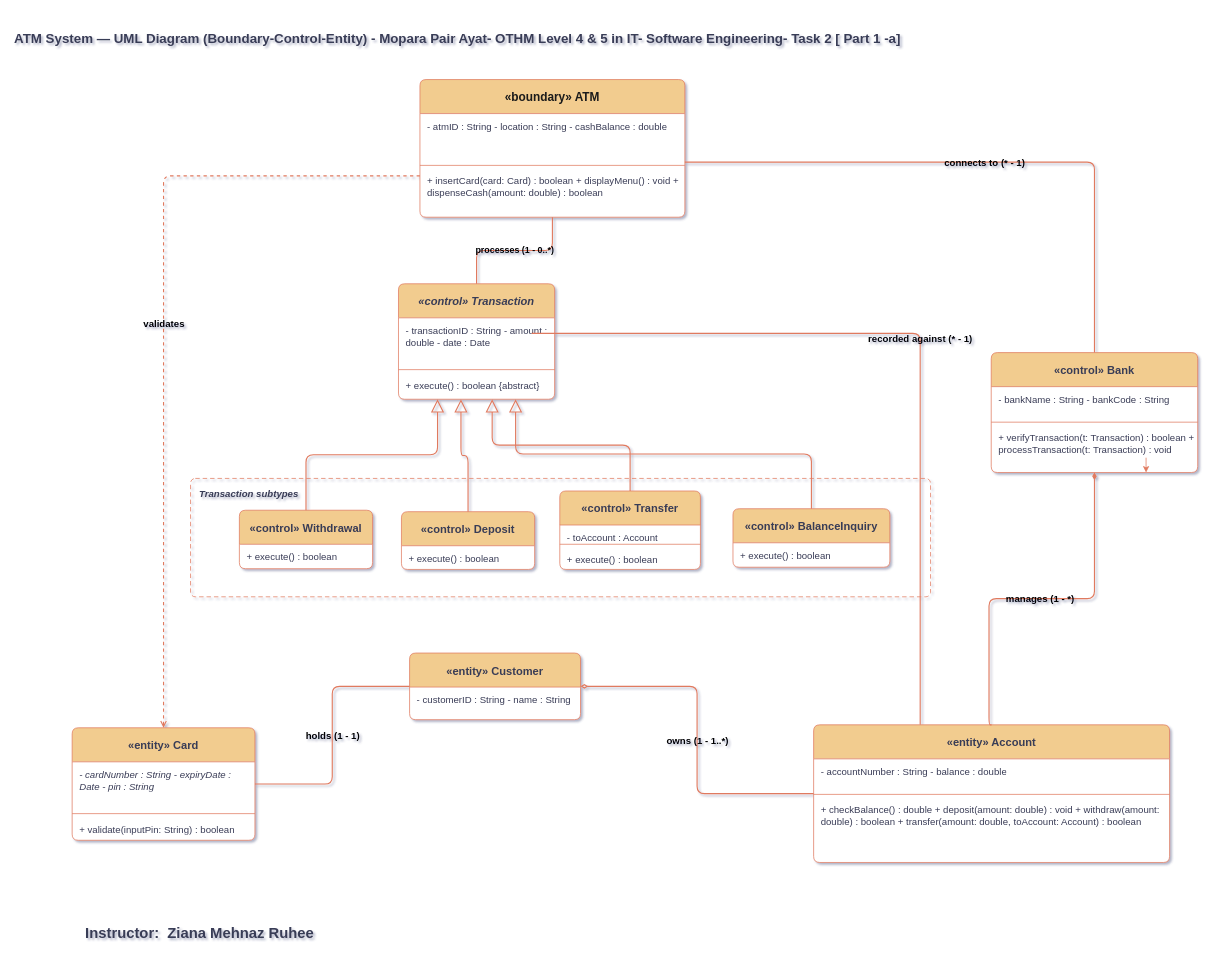
Above: ATM UML Diagram-Task 2-part-1-a.drawio in Moparapairayat/SE_ATM_UML_Diagram (draw.io), before the change. Source tidied: cells renumbered, new cells numbered last; positions are measured from the earlier drawing's top-left corner, leaving out a move shared by most shapes. Both pictures are drawn from the tidied source at 74%, with x=0, y=0 at pixel (13, 13).
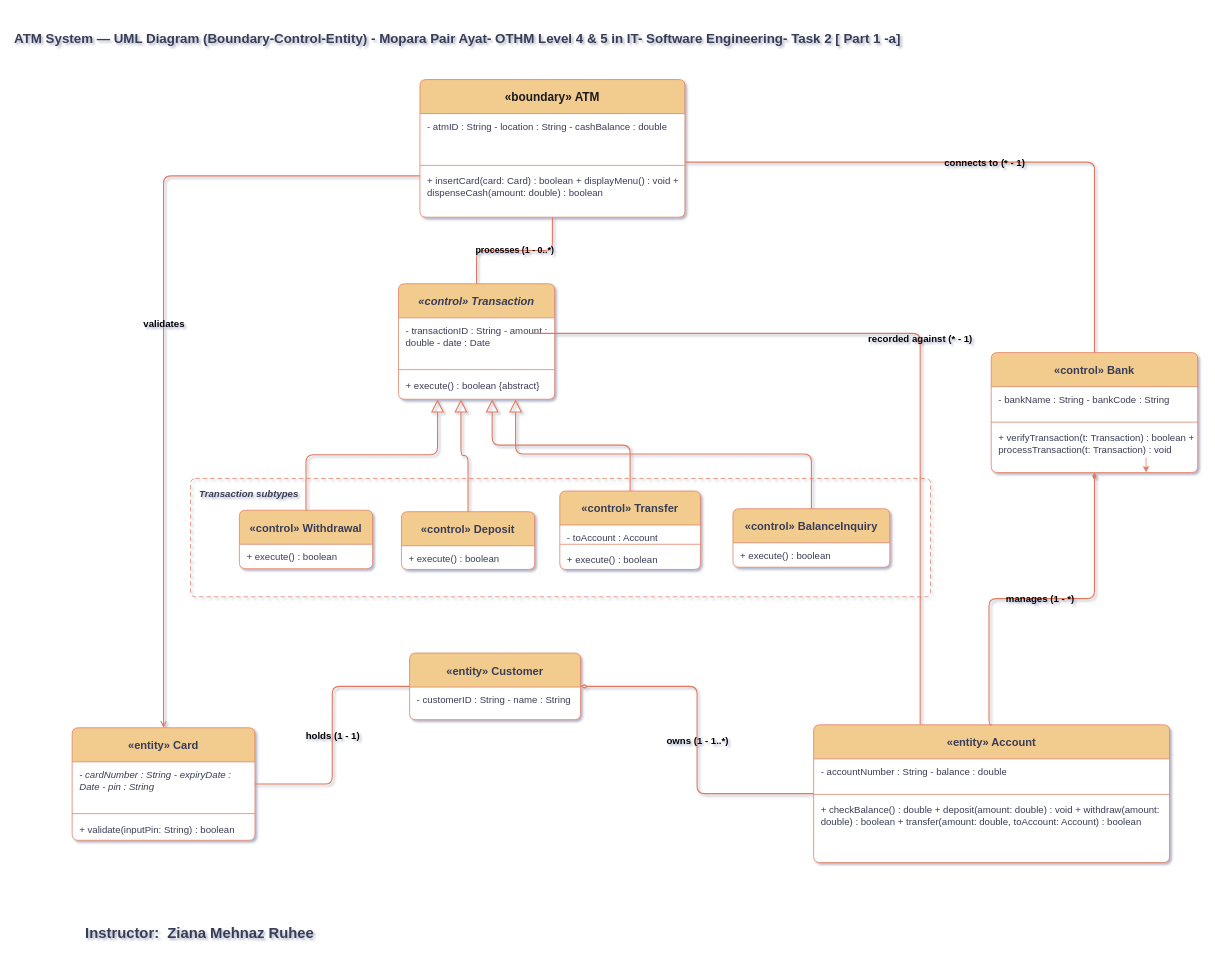
The same page after the edit.

Unchanged cells that the change refers to:
```xml
<mxCell id="4" value="«boundary» ATM" style="swimlane;fontStyle=1;align=center;verticalAlign=middle;horizontal=1;startSize=46;fontSize=16;fontFamily=Helvetica;rounded=1;arcSize=6;shadow=0;fillColor=#F2CC8F;strokeColor=#E07A5F;swimlaneFillColor=#FFFFFF;fontColor=light-dark(#1A1A1A,#0000FF);labelBackgroundColor=none;textShadow=0;" parent="1" vertex="1">
  <mxGeometry x="550" y="90" width="358" height="186" as="geometry" />
</mxCell>
<mxCell id="29" value="«entity» Card" style="swimlane;fontStyle=1;align=center;verticalAlign=middle;horizontal=1;startSize=46;fontSize=15;fontFamily=Helvetica;rounded=1;arcSize=6;shadow=0;fillColor=#F2CC8F;strokeColor=#E07A5F;swimlaneFillColor=#FFFFFF;fontColor=#393C56;labelBackgroundColor=none;" parent="1" vertex="1">
  <mxGeometry x="80" y="966" width="247" height="152" as="geometry" />
</mxCell>
```

Diff of the diagram source:
```diff
@@
-    <mxCell id="39" value="validates" style="dashed=1;endArrow=open;endFill=0;html=1;fontSize=13;fontFamily=Helvetica;strokeColor=#E07A5F;strokeWidth=1.5;edgeStyle=orthogonalEdgeStyle;rounded=1;labelBackgroundColor=none;fontColor=default;exitX=0;exitY=0.7;entryX=0.5;entryY=0;fontStyle=1;" parent="1" edge="1" source="4" target="29">
+    <mxCell id="39" value="validates" style="endArrow=open;endFill=0;html=1;fontSize=13;fontFamily=Helvetica;strokeColor=#E07A5F;strokeWidth=1.5;edgeStyle=orthogonalEdgeStyle;rounded=1;labelBackgroundColor=none;fontColor=default;exitX=0;exitY=0.7;entryX=0.5;entryY=0;fontStyle=1;" parent="1" edge="1" source="4" target="29">
       <mxGeometry relative="1" as="geometry" />
     </mxCell>
```
